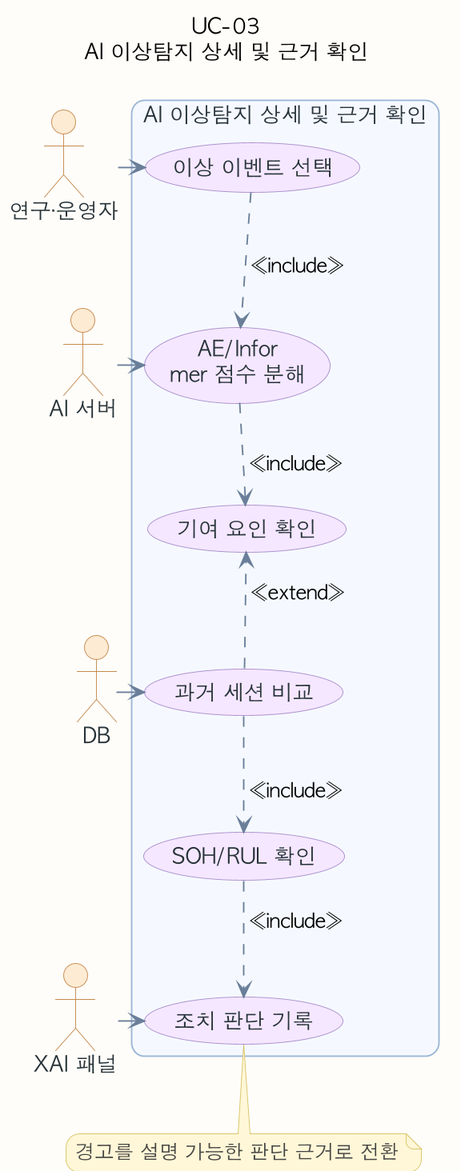
This is assets/diagrams/usecase/uc-03-usecase.png from ricky30825-creator/BMS, a PlantUML export, as it was before one commit. Its source is kept beside it as assets/diagrams/usecase/uc-03-usecase.puml. The source it was exported from:
```plantuml
@startuml
!pragma layout smetana
skinparam backgroundColor #FEFCF8
skinparam shadowing false
skinparam dpi 180
skinparam defaultFontName "AppleGothic"
skinparam roundcorner 18
skinparam usecase {
  BackgroundColor #F8FAFC
  BorderColor #8EA7C2
  ArrowColor #6B7F99
  FontColor #263238
}
skinparam actor {
  BackgroundColor #FDEBD3
  BorderColor #C58A50
  FontColor #263238
}
skinparam rectangle {
  BackgroundColor #F4F8FF
  BorderColor #9BB6D6
  FontColor #263238
}
skinparam note {
  BackgroundColor #FFF7D6
  BorderColor #D9C36A
  FontColor #444444
}
top to bottom direction
skinparam usecase {
  BackgroundColor #F4E7FF
  BorderColor #AA8DCC
}
title UC-03\nAI 이상탐지 상세 및 근거 확인
actor "연구·운영자" as A
actor "AI 서버" as S1
actor "DB" as S2
actor "XAI 패널" as S3
rectangle "AI 이상탐지 상세 및 근거 확인" {
  usecase "이상 이벤트 선택" as U1
  usecase "AE/Infor\nmer 점수 분해" as U2
  usecase "기여 요인 확인" as U3
  usecase "과거 세션 비교" as U4
  usecase "SOH/RUL 확인" as U5
  usecase "조치 판단 기록" as U6
}
U1 -[hidden]down- U2
U2 -[hidden]down- U3
U3 -[hidden]down- U4
U4 -[hidden]down- U5
U5 -[hidden]down- U6
A -right-> U1
S1 -left-> U2
S2 -left-> U4
S3 -left-> U6
U1 ..> U2 : <<include>>
U2 ..> U3 : <<include>>
U4 ..> U3 : <<extend>>
U4 ..> U5 : <<include>>
U5 ..> U6 : <<include>>
note bottom of U6
경고를 설명 가능한 판단 근거로 전환
end note
@enduml
```
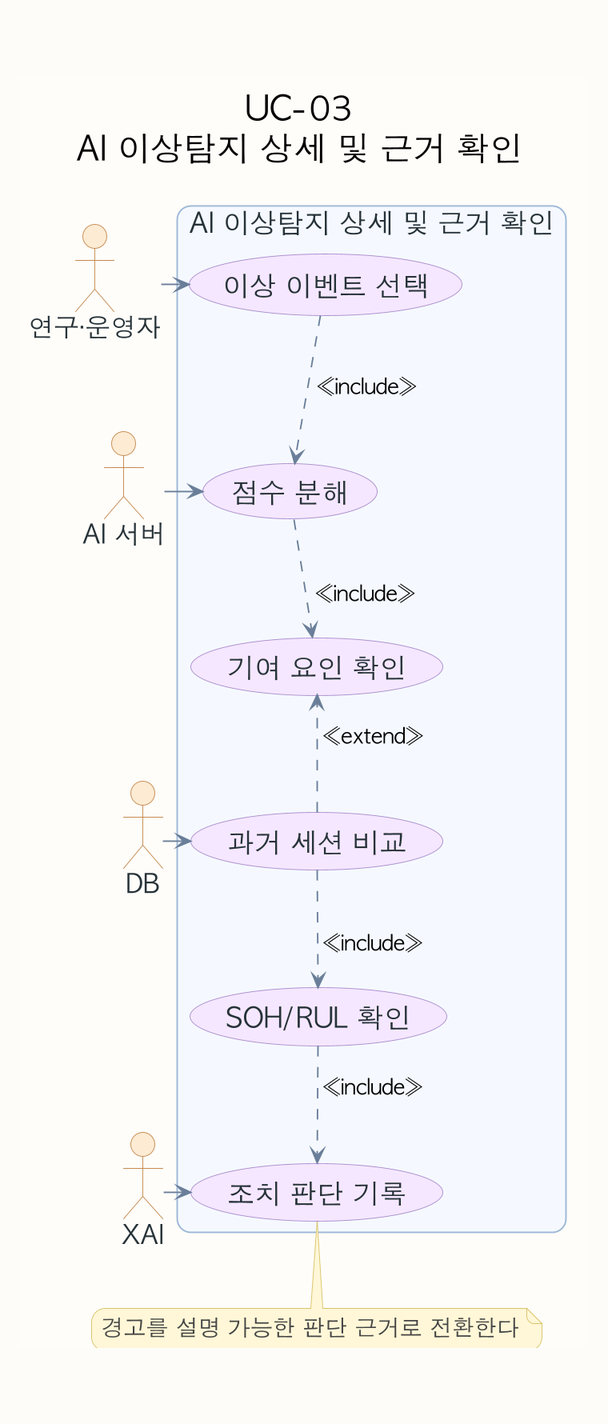
The same file after the commit.

Diff of the diagram source:
```diff
@@ -4,6 +4,12 @@
 skinparam shadowing false
 skinparam dpi 180
 skinparam defaultFontName "AppleGothic"
+skinparam defaultFontSize 18
+skinparam TitleFontSize 22
+skinparam ActorFontSize 17
+skinparam UsecaseFontSize 18
+skinparam NoteFontSize 15
+skinparam ArrowFontSize 14
 skinparam roundcorner 18
 skinparam usecase {
   BackgroundColor #F8FAFC
@@ -35,10 +41,10 @@
 actor "연구·운영자" as A
 actor "AI 서버" as S1
 actor "DB" as S2
-actor "XAI 패널" as S3
+actor "XAI" as S3
 rectangle "AI 이상탐지 상세 및 근거 확인" {
   usecase "이상 이벤트 선택" as U1
-  usecase "AE/Infor\nmer 점수 분해" as U2
+  usecase "점수 분해" as U2
   usecase "기여 요인 확인" as U3
   usecase "과거 세션 비교" as U4
   usecase "SOH/RUL 확인" as U5
@@ -59,6 +65,6 @@
 U4 ..> U5 : <<include>>
 U5 ..> U6 : <<include>>
 note bottom of U6
-경고를 설명 가능한 판단 근거로 전환
+경고를 설명 가능한 판단 근거로 전환한다
 end note
 @enduml
```
